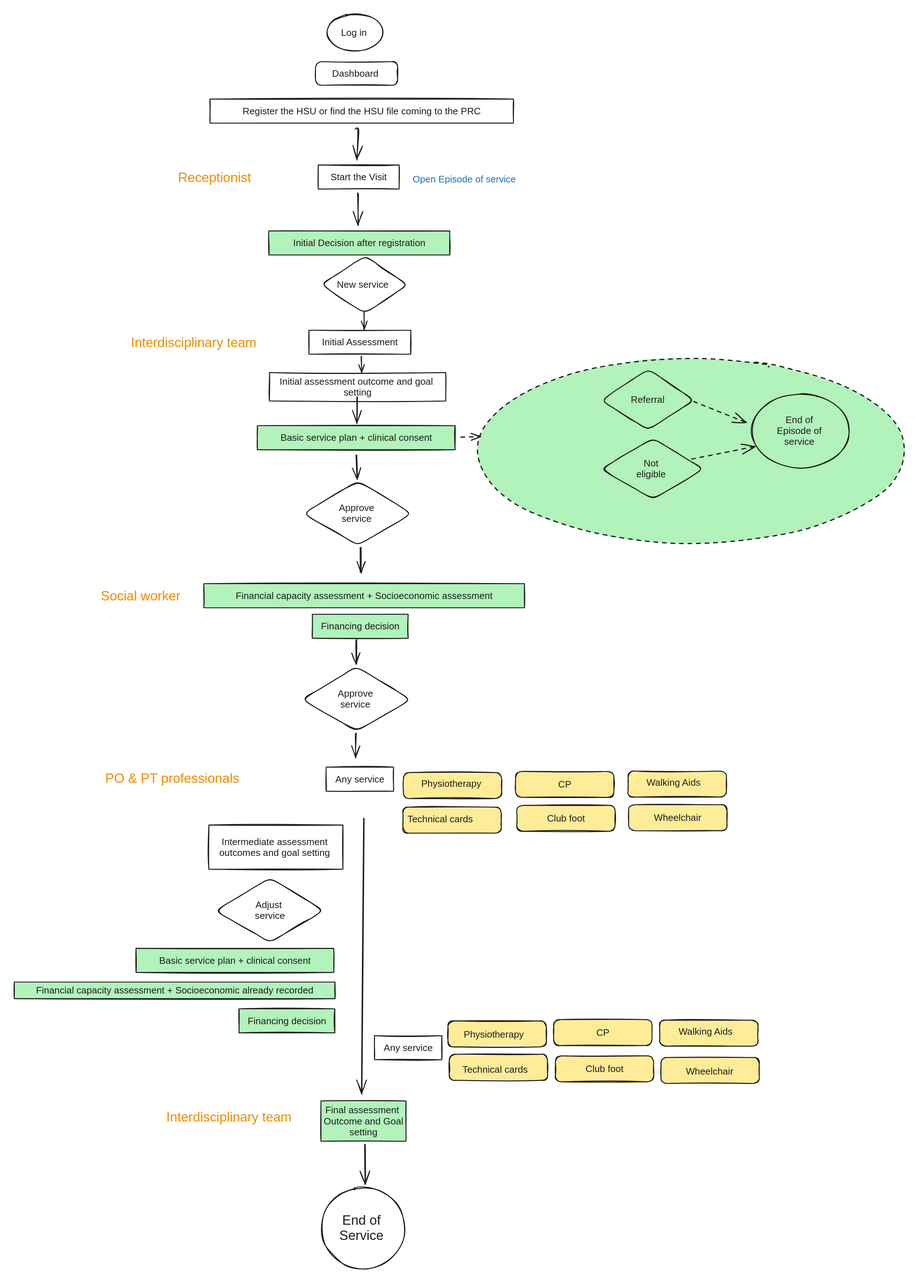
This is digital-center-management-system-v2/.gitbook/assets/file.excalidraw (1).svg from icrc/digitalhealth-docs, a Excalidraw export, as it was before one commit. Source tidied: one line per element, renumbered; positions are measured from the earlier drawing's top-left corner, leaving out a move shared by most shapes.
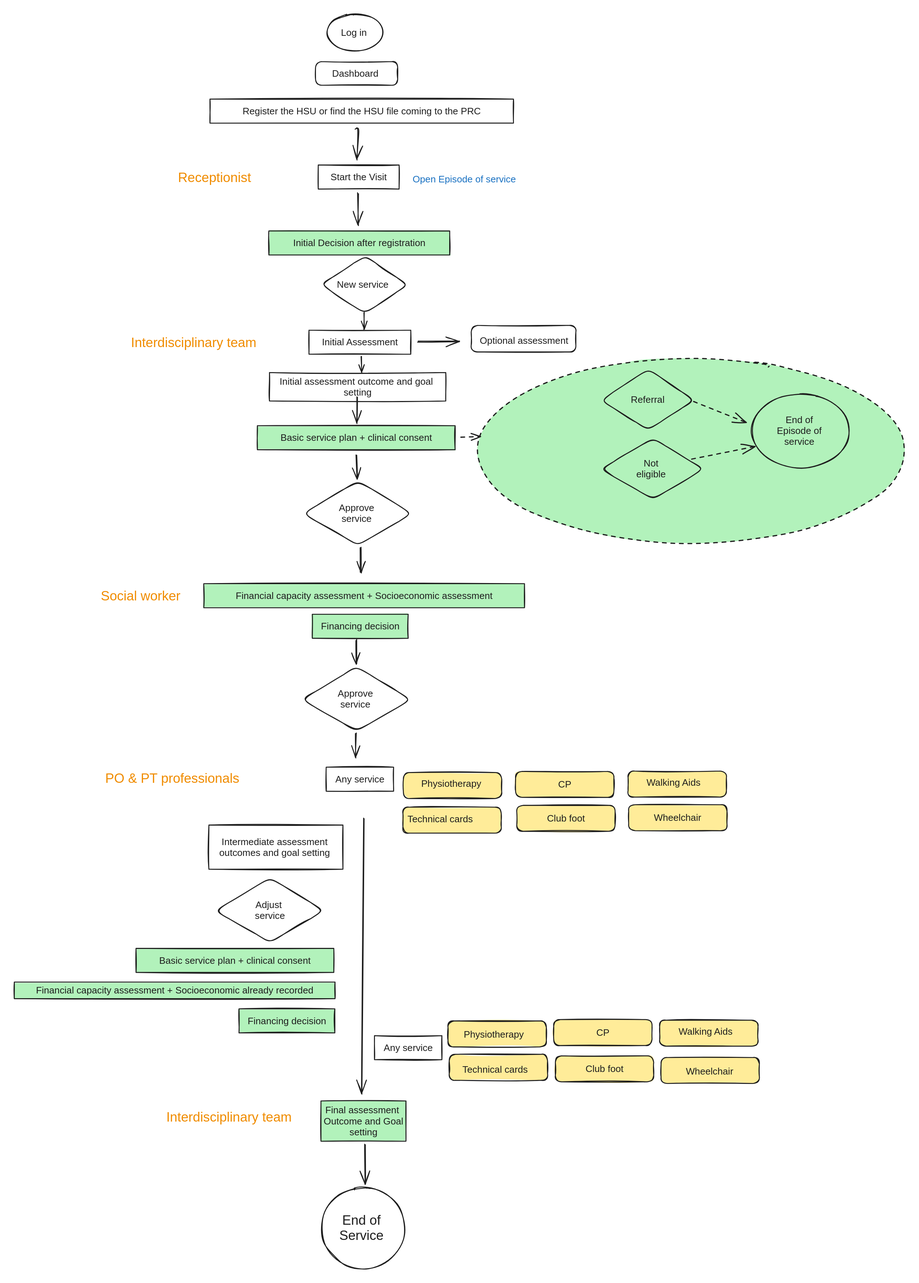
After the change.

Change to the diagram source:
```diff
@@ -93,3 +93,6 @@
 {"id": 92, "type": "text", "text": "Walking Aids", "strokeColor": "#1e1e1e", "backgroundColor": "#ffec99", "fillStyle": "solid", "strokeWidth": 2, "roughness": 1, "fontSize": 20, "fontFamily": 2, "x": 1401, "y": 2134, "width": 115, "height": 23}
 {"id": 93, "type": "rectangle", "strokeColor": "#1e1e1e", "backgroundColor": "#ffec99", "fillStyle": "solid", "strokeWidth": 2, "roughness": 1, "round": true, "x": 1364, "y": 2200, "width": 207, "height": 55}
 {"id": 94, "type": "text", "text": "Wheelchair", "strokeColor": "#1e1e1e", "backgroundColor": "#ffec99", "fillStyle": "solid", "strokeWidth": 2, "roughness": 1, "fontSize": 20, "fontFamily": 2, "x": 1416, "y": 2218, "width": 100, "height": 23}
+{"id": 95, "type": "arrow", "strokeColor": "#1e1e1e", "strokeWidth": 2, "roughness": 1, "endArrowhead": "arrow", "round": true, "from": 5, "x": 851, "y": 690, "width": 87, "height": 0, "points": [[0, 0], [87, 0]]}
+{"id": 96, "type": "rectangle", "strokeColor": "#1e1e1e", "strokeWidth": 2, "roughness": 1, "round": true, "x": 964, "y": 656, "width": 221, "height": 56}
+{"id": 97, "type": "text", "text": "Optional assessment", "strokeColor": "#1e1e1e", "strokeWidth": 2, "roughness": 1, "fontSize": 20, "fontFamily": 2, "x": 982, "y": 677, "width": 187, "height": 23}
```
